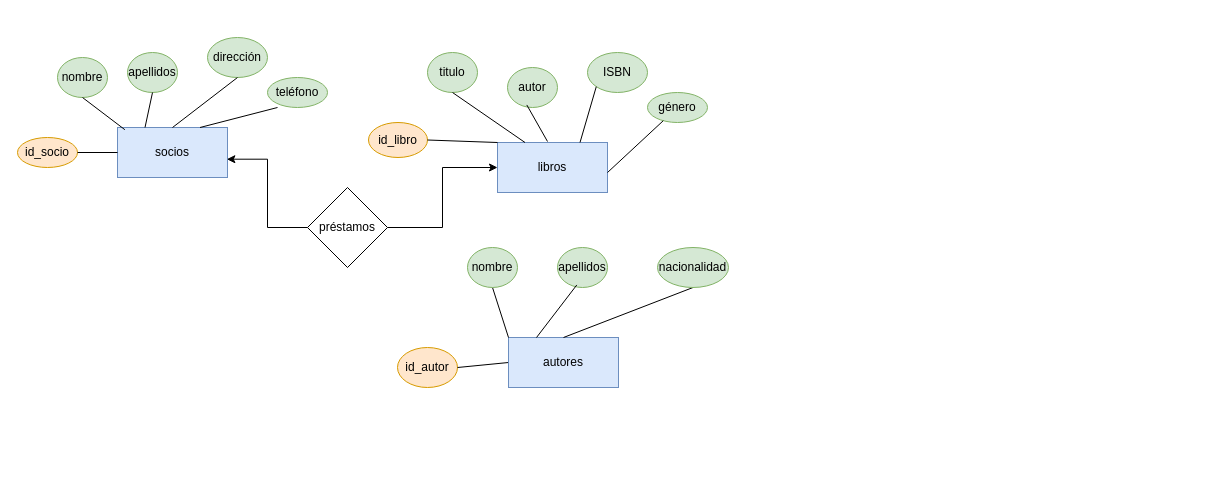
This is Diagrama sin título.drawio from carlospomadev/Base_de_datos, a draw.io file, before an edit. Source tidied: cells renumbered, new cells numbered last; positions are measured from the earlier drawing's top-left corner, leaving out a move shared by most shapes. Both pictures are drawn from the tidied source at 100%, with x=0, y=0 at pixel (17, 37).
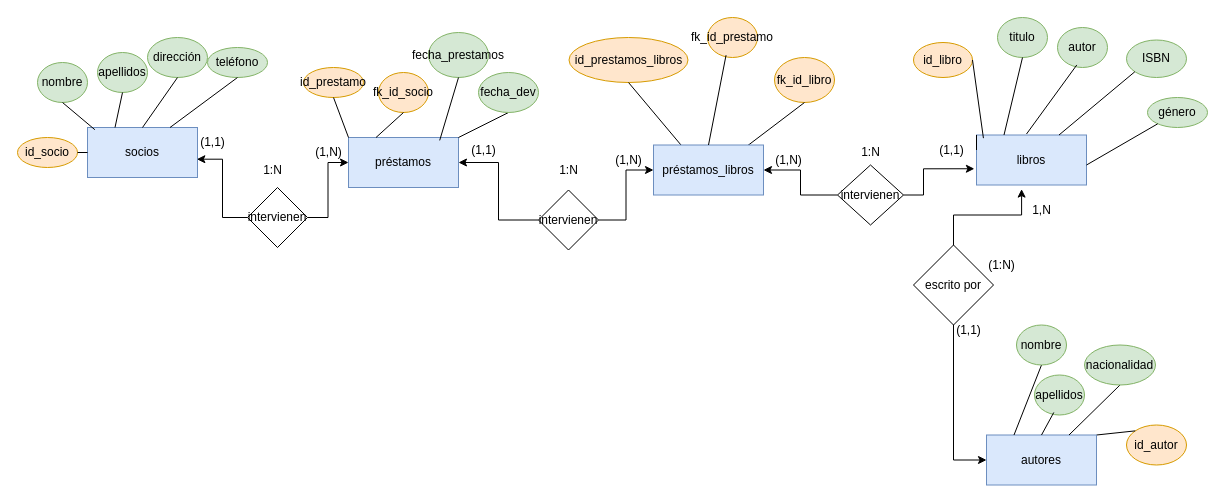
The same diagram, later.

The edit, as a diff of the source:
```diff
@@
     <mxCell id="2" value="socios" style="rounded=0;whiteSpace=wrap;html=1;fillColor=#dae8fc;strokeColor=#6c8ebf;" parent="1" vertex="1">
-      <mxGeometry x="100" y="90" width="110" height="50" as="geometry" />
+      <mxGeometry x="70" y="90" width="110" height="50" as="geometry" />
     </mxCell>
     <mxCell id="3" value="apellidos" style="ellipse;whiteSpace=wrap;html=1;fillColor=#d5e8d4;strokeColor=#82b366;" parent="1" vertex="1">
-      <mxGeometry x="110" y="15" width="50" height="40" as="geometry" />
+      <mxGeometry x="80" y="15" width="50" height="40" as="geometry" />
     </mxCell>
     <mxCell id="4" value="dirección" style="ellipse;whiteSpace=wrap;html=1;fillColor=#d5e8d4;strokeColor=#82b366;" parent="1" vertex="1">
-      <mxGeometry x="190" width="60" height="40" as="geometry" />
+      <mxGeometry x="130" width="60" height="40" as="geometry" />
     </mxCell>
     <mxCell id="5" value="teléfono" style="ellipse;whiteSpace=wrap;html=1;fillColor=#d5e8d4;strokeColor=#82b366;" parent="1" vertex="1">
-      <mxGeometry x="250" y="40" width="60" height="30" as="geometry" />
+      <mxGeometry x="190" y="10" width="60" height="30" as="geometry" />
     </mxCell>
     <mxCell id="6" value="nombre" style="ellipse;whiteSpace=wrap;html=1;fillColor=#d5e8d4;strokeColor=#82b366;" parent="1" vertex="1">
-      <mxGeometry x="40" y="20" width="50" height="40" as="geometry" />
+      <mxGeometry x="20" y="25" width="50" height="40" as="geometry" />
     </mxCell>
@@
-    <mxCell id="9" style="endArrow=none;html=1;rounded=0;exitX=0.75;exitY=0;exitDx=0;exitDy=0;" parent="1" edge="1" source="2">
-      <mxGeometry relative="1" as="geometry">
-        <mxPoint x="260" y="70" as="targetPoint" />
-      </mxGeometry>
+    <mxCell id="9" style="endArrow=none;html=1;rounded=0;exitX=0.75;exitY=0;exitDx=0;exitDy=0;entryX=0.5;entryY=1;entryDx=0;entryDy=0;" parent="1" edge="1" source="2" target="5">
+      <mxGeometry relative="1" as="geometry" />
     </mxCell>
@@
     <mxCell id="13" value="libros" style="rounded=0;whiteSpace=wrap;html=1;fillColor=#dae8fc;strokeColor=#6c8ebf;" parent="1" vertex="1">
-      <mxGeometry x="480" y="105" width="110" height="50" as="geometry" />
+      <mxGeometry x="959" y="97.5" width="110" height="50" as="geometry" />
     </mxCell>
     <mxCell id="14" value="id_libro" style="ellipse;whiteSpace=wrap;html=1;fillColor=#ffe6cc;strokeColor=#d79b00;" parent="1" vertex="1">
-      <mxGeometry x="351" y="85" width="59" height="35" as="geometry" />
+      <mxGeometry x="896" y="5" width="59" height="35" as="geometry" />
     </mxCell>
     <mxCell id="15" value="titulo" style="ellipse;whiteSpace=wrap;html=1;fillColor=#d5e8d4;strokeColor=#82b366;" parent="1" vertex="1">
-      <mxGeometry x="410" y="15" width="50" height="40" as="geometry" />
+      <mxGeometry x="980" y="-20" width="50" height="40" as="geometry" />
     </mxCell>
     <mxCell id="16" value="autor" style="ellipse;whiteSpace=wrap;html=1;fillColor=#d5e8d4;strokeColor=#82b366;" parent="1" vertex="1">
-      <mxGeometry x="490" y="30" width="50" height="40" as="geometry" />
+      <mxGeometry x="1040" y="-10" width="50" height="40" as="geometry" />
     </mxCell>
     <mxCell id="17" value="ISBN" style="ellipse;whiteSpace=wrap;html=1;fillColor=#d5e8d4;strokeColor=#82b366;" parent="1" vertex="1">
-      <mxGeometry x="570" y="15" width="60" height="40" as="geometry" />
+      <mxGeometry x="1109" y="2.5" width="60" height="37.5" as="geometry" />
     </mxCell>
     <mxCell id="18" value="género" style="ellipse;whiteSpace=wrap;html=1;fillColor=#d5e8d4;strokeColor=#82b366;" parent="1" vertex="1">
-      <mxGeometry x="630" y="55" width="60" height="30" as="geometry" />
+      <mxGeometry x="1130" y="60" width="60" height="30" as="geometry" />
     </mxCell>
     <mxCell id="19" style="endArrow=none;html=1;rounded=0;" parent="1" edge="1" target="18">
       <mxGeometry relative="1" as="geometry">
-        <mxPoint x="590" y="135" as="sourcePoint" />
+        <mxPoint x="1069" y="127.5" as="sourcePoint" />
       </mxGeometry>
     </mxCell>
@@
     <mxCell id="21" style="endArrow=none;html=1;rounded=0;entryX=0.386;entryY=0.936;entryDx=0;entryDy=0;entryPerimeter=0;" parent="1" edge="1" target="16">
       <mxGeometry relative="1" as="geometry">
-        <mxPoint x="530" y="104" as="sourcePoint" />
+        <mxPoint x="1009" y="96.5" as="sourcePoint" />
       </mxGeometry>
     </mxCell>
@@
-    <mxCell id="23" style="endArrow=none;html=1;rounded=0;exitX=1;exitY=0.5;exitDx=0;exitDy=0;entryX=0;entryY=0;entryDx=0;entryDy=0;" parent="1" edge="1" source="14" target="13">
+    <mxCell id="23" style="endArrow=none;html=1;rounded=0;exitX=1;exitY=0.5;exitDx=0;exitDy=0;entryX=0;entryY=0;entryDx=0;entryDy=0;" parent="1" edge="1" source="42" target="13">
       <mxGeometry relative="1" as="geometry" />
     </mxCell>
     <mxCell id="24" value="id_autor" style="ellipse;whiteSpace=wrap;html=1;fillColor=#ffe6cc;strokeColor=#d79b00;" parent="1" vertex="1">
-      <mxGeometry x="380" y="310" width="60" height="40" as="geometry" />
+      <mxGeometry x="1109" y="387.5" width="60" height="40" as="geometry" />
     </mxCell>
-    <mxCell id="25" style="endArrow=none;html=1;rounded=0;exitX=1;exitY=0.5;exitDx=0;exitDy=0;" parent="1" edge="1" source="24">
-      <mxGeometry relative="1" as="geometry">
-        <mxPoint x="491" y="325" as="targetPoint" />
-      </mxGeometry>
+    <mxCell id="25" style="endArrow=none;html=1;rounded=0;exitX=0;exitY=0;exitDx=0;exitDy=0;entryX=1;entryY=0;entryDx=0;entryDy=0;" parent="1" edge="1" source="24" target="26">
+      <mxGeometry relative="1" as="geometry" />
     </mxCell>
     <mxCell id="26" value="autores" style="rounded=0;whiteSpace=wrap;html=1;fillColor=#dae8fc;strokeColor=#6c8ebf;" parent="1" vertex="1">
-      <mxGeometry x="491" y="300" width="110" height="50" as="geometry" />
+      <mxGeometry x="969" y="397.5" width="110" height="50" as="geometry" />
     </mxCell>
-    <mxCell id="27" style="endArrow=none;html=1;rounded=0;entryX=0.5;entryY=1;entryDx=0;entryDy=0;exitX=0;exitY=0;exitDx=0;exitDy=0;" parent="1" edge="1" source="26" target="28">
+    <mxCell id="27" style="endArrow=none;html=1;rounded=0;entryX=0.5;entryY=1;entryDx=0;entryDy=0;exitX=0.25;exitY=0;exitDx=0;exitDy=0;" parent="1" edge="1" source="26" target="28">
       <mxGeometry relative="1" as="geometry" />
     </mxCell>
     <mxCell id="28" value="nombre" style="ellipse;whiteSpace=wrap;html=1;fillColor=#d5e8d4;strokeColor=#82b366;" parent="1" vertex="1">
-      <mxGeometry x="450" y="210" width="50" height="40" as="geometry" />
+      <mxGeometry x="999" y="287.5" width="50" height="40" as="geometry" />
     </mxCell>
     <mxCell id="29" value="apellidos" style="ellipse;whiteSpace=wrap;html=1;fillColor=#d5e8d4;strokeColor=#82b366;" parent="1" vertex="1">
-      <mxGeometry x="540" y="210" width="50" height="40" as="geometry" />
+      <mxGeometry x="1017" y="337.5" width="50" height="40" as="geometry" />
     </mxCell>
-    <mxCell id="30" style="endArrow=none;html=1;rounded=0;exitX=0.25;exitY=0;exitDx=0;exitDy=0;entryX=0.386;entryY=0.936;entryDx=0;entryDy=0;entryPerimeter=0;" parent="1" edge="1" target="29">
-      <mxGeometry relative="1" as="geometry">
-        <mxPoint x="519" y="300" as="sourcePoint" />
-      </mxGeometry>
+    <mxCell id="30" style="endArrow=none;html=1;rounded=0;exitX=0.5;exitY=0;exitDx=0;exitDy=0;entryX=0.386;entryY=0.936;entryDx=0;entryDy=0;entryPerimeter=0;" parent="1" edge="1" source="26" target="29">
+      <mxGeometry relative="1" as="geometry" />
     </mxCell>
-    <mxCell id="31" style="endArrow=none;html=1;rounded=0;exitX=0.5;exitY=0;exitDx=0;exitDy=0;entryX=0.5;entryY=1;entryDx=0;entryDy=0;" parent="1" edge="1" target="32">
-      <mxGeometry relative="1" as="geometry">
-        <mxPoint x="546" y="300" as="sourcePoint" />
-      </mxGeometry>
+    <mxCell id="31" style="endArrow=none;html=1;rounded=0;exitX=0.75;exitY=0;exitDx=0;exitDy=0;entryX=0.5;entryY=1;entryDx=0;entryDy=0;" parent="1" edge="1" source="26" target="32">
+      <mxGeometry relative="1" as="geometry" />
     </mxCell>
     <mxCell id="32" value="nacionalidad" style="ellipse;whiteSpace=wrap;html=1;fillColor=#d5e8d4;strokeColor=#82b366;" parent="1" vertex="1">
-      <mxGeometry x="640" y="210" width="71" height="40" as="geometry" />
+      <mxGeometry x="1067" y="307.5" width="71" height="40" as="geometry" />
     </mxCell>
-    <mxCell id="33" style="edgeStyle=orthogonalEdgeStyle;rounded=0;jettySize=auto;html=1;entryX=0;entryY=0.5;entryDx=0;entryDy=0;" parent="1" edge="1" source="34" target="13">
-      <mxGeometry relative="1" as="geometry" />
-    </mxCell>
+    <mxCell id="36" style="edgeStyle=orthogonalEdgeStyle;rounded=0;jettySize=auto;html=1;exitX=1;exitY=0.5;exitDx=0;exitDy=0;entryX=0;entryY=0.5;entryDx=0;entryDy=0;" parent="1" edge="1" source="34" target="46">
+      <mxGeometry relative="1" as="geometry" />
+    </mxCell>
-    <mxCell id="34" value="préstamos" style="rhombus;whiteSpace=wrap;html=1;" parent="1" vertex="1">
-      <mxGeometry x="290" y="150" width="80" height="80" as="geometry" />
+    <mxCell id="34" value="intervienen" style="rhombus;whiteSpace=wrap;html=1;" parent="1" vertex="1">
+      <mxGeometry x="230" y="150" width="60" height="60" as="geometry" />
     </mxCell>
@@
+    <mxCell id="37" value="(1,1)" style="text;html=1;align=center;verticalAlign=middle;strokeColor=none;fillColor=none;" parent="1" vertex="1">
+      <mxGeometry x="170" y="90" width="50" height="30" as="geometry" />
+    </mxCell>
+    <mxCell id="38" style="edgeStyle=orthogonalEdgeStyle;rounded=0;jettySize=auto;html=1;entryX=0;entryY=0.5;entryDx=0;entryDy=0;" parent="1" edge="1" source="39" target="26">
+      <mxGeometry relative="1" as="geometry" />
+    </mxCell>
+    <mxCell id="39" value="escrito por" style="rhombus;whiteSpace=wrap;html=1;" parent="1" vertex="1">
+      <mxGeometry x="896" y="207.5" width="80" height="80" as="geometry" />
+    </mxCell>
+    <mxCell id="40" style="edgeStyle=orthogonalEdgeStyle;rounded=0;jettySize=auto;html=1;entryX=0.41;entryY=1.082;entryDx=0;entryDy=0;entryPerimeter=0;" parent="1" edge="1" source="39" target="13">
+      <mxGeometry relative="1" as="geometry" />
+    </mxCell>
+    <mxCell id="41" style="endArrow=none;html=1;rounded=0;exitX=1;exitY=0.5;exitDx=0;exitDy=0;entryX=0.063;entryY=0.063;entryDx=0;entryDy=0;entryPerimeter=0;" parent="1" edge="1" source="14" target="13">
+      <mxGeometry relative="1" as="geometry" />
+    </mxCell>
+    <mxCell id="42" value="(1,1)" style="text;html=1;align=center;verticalAlign=middle;points=[];strokeColor=none;fillColor=none;" parent="1" vertex="1">
+      <mxGeometry x="909" y="97.5" width="50" height="30" as="geometry" />
+    </mxCell>
+    <mxCell id="43" value="1,N" style="text;html=1;align=center;verticalAlign=middle;strokeColor=none;fillColor=none;" parent="1" vertex="1">
+      <mxGeometry x="1004" y="157.5" width="40" height="30" as="geometry" />
+    </mxCell>
+    <mxCell id="44" value="(1,1)" style="text;html=1;align=center;verticalAlign=middle;strokeColor=none;fillColor=none;" parent="1" vertex="1">
+      <mxGeometry x="926" y="277.5" width="50" height="30" as="geometry" />
+    </mxCell>
+    <mxCell id="45" value="(1:N)" style="text;html=1;align=center;verticalAlign=middle;strokeColor=none;fillColor=none;" parent="1" vertex="1">
+      <mxGeometry x="959" y="212.5" width="50" height="30" as="geometry" />
+    </mxCell>
+    <mxCell id="46" value="préstamos" style="rounded=0;whiteSpace=wrap;html=1;fillColor=#dae8fc;strokeColor=#6c8ebf;" parent="1" vertex="1">
+      <mxGeometry x="331" y="100" width="110" height="50" as="geometry" />
+    </mxCell>
+    <mxCell id="47" value="fecha_prestamos" style="ellipse;whiteSpace=wrap;html=1;fillColor=#d5e8d4;strokeColor=#82b366;" parent="1" vertex="1">
+      <mxGeometry x="411" y="-5" width="60" height="45" as="geometry" />
+    </mxCell>
+    <mxCell id="48" value="fk_id_socio" style="ellipse;whiteSpace=wrap;html=1;fillColor=#ffe6cc;strokeColor=#d79b00;" parent="1" vertex="1">
+      <mxGeometry x="361" y="35" width="50" height="40" as="geometry" />
+    </mxCell>
+    <mxCell id="49" value="id_prestamo" style="ellipse;whiteSpace=wrap;html=1;fillColor=#ffe6cc;strokeColor=#d79b00;" parent="1" vertex="1">
+      <mxGeometry x="286" y="30" width="60" height="30" as="geometry" />
+    </mxCell>
+    <mxCell id="50" style="endArrow=none;html=1;rounded=0;exitX=0.5;exitY=1;exitDx=0;exitDy=0;entryX=0;entryY=0;entryDx=0;entryDy=0;" parent="1" edge="1" source="49" target="46">
+      <mxGeometry relative="1" as="geometry" />
+    </mxCell>
+    <mxCell id="51" style="endArrow=none;html=1;rounded=0;exitX=0.829;exitY=0.058;exitDx=0;exitDy=0;exitPerimeter=0;entryX=0.5;entryY=1;entryDx=0;entryDy=0;" parent="1" edge="1" source="46" target="47">
+      <mxGeometry relative="1" as="geometry" />
+    </mxCell>
+    <mxCell id="52" style="endArrow=none;html=1;rounded=0;entryX=0.5;entryY=1;entryDx=0;entryDy=0;exitX=0.25;exitY=0;exitDx=0;exitDy=0;" parent="1" edge="1" source="46" target="48">
+      <mxGeometry relative="1" as="geometry" />
+    </mxCell>
+    <mxCell id="53" value="(1,1)" style="text;html=1;align=center;verticalAlign=middle;strokeColor=none;fillColor=none;" parent="1" vertex="1">
+      <mxGeometry x="441" y="97.5" width="50" height="30" as="geometry" />
+    </mxCell>
+    <mxCell id="54" style="endArrow=none;html=1;rounded=0;exitX=1;exitY=0;exitDx=0;exitDy=0;entryX=0.5;entryY=1;entryDx=0;entryDy=0;" parent="1" edge="1" source="46" target="55">
+      <mxGeometry relative="1" as="geometry" />
+    </mxCell>
+    <mxCell id="55" value="fecha_dev" style="ellipse;whiteSpace=wrap;html=1;fillColor=#d5e8d4;strokeColor=#82b366;" parent="1" vertex="1">
+      <mxGeometry x="461" y="35" width="60" height="40" as="geometry" />
+    </mxCell>
+    <mxCell id="56" value="(1,N)" style="text;html=1;align=center;verticalAlign=middle;strokeColor=none;fillColor=none;" parent="1" vertex="1">
+      <mxGeometry x="286" y="100" width="50" height="30" as="geometry" />
+    </mxCell>
+    <mxCell id="57" value="fk_id_libro" style="ellipse;whiteSpace=wrap;html=1;fillColor=#ffe6cc;strokeColor=#d79b00;" parent="1" vertex="1">
+      <mxGeometry x="757" y="20" width="60" height="45" as="geometry" />
+    </mxCell>
+    <mxCell id="58" value="id_prestamos_libros" style="ellipse;whiteSpace=wrap;html=1;fillColor=#ffe6cc;strokeColor=#d79b00;" parent="1" vertex="1">
+      <mxGeometry x="551.5" width="119" height="45" as="geometry" />
+    </mxCell>
+    <mxCell id="59" style="endArrow=none;html=1;rounded=0;exitX=0.5;exitY=1;exitDx=0;exitDy=0;entryX=0.25;entryY=0;entryDx=0;entryDy=0;" parent="1" edge="1" source="58" target="63">
+      <mxGeometry relative="1" as="geometry" />
+    </mxCell>
+    <mxCell id="60" style="endArrow=none;html=1;rounded=0;exitX=0.829;exitY=0.058;exitDx=0;exitDy=0;exitPerimeter=0;entryX=0.5;entryY=1;entryDx=0;entryDy=0;" parent="1" edge="1" source="63" target="57">
+      <mxGeometry relative="1" as="geometry" />
+    </mxCell>
+    <mxCell id="61" value="(1,N)" style="text;html=1;align=center;verticalAlign=middle;strokeColor=none;fillColor=none;" parent="1" vertex="1">
+      <mxGeometry x="746" y="107.5" width="50" height="30" as="geometry" />
+    </mxCell>
+    <mxCell id="62" value="(1,N)" style="text;html=1;align=center;verticalAlign=middle;strokeColor=none;fillColor=none;" parent="1" vertex="1">
+      <mxGeometry x="586" y="107.5" width="50" height="30" as="geometry" />
+    </mxCell>
+    <mxCell id="63" value="préstamos_libros" style="rounded=0;whiteSpace=wrap;html=1;fillColor=#dae8fc;strokeColor=#6c8ebf;" parent="1" vertex="1">
+      <mxGeometry x="636" y="107.5" width="110" height="50" as="geometry" />
+    </mxCell>
+    <mxCell id="64" style="edgeStyle=orthogonalEdgeStyle;rounded=0;jettySize=auto;html=1;entryX=1;entryY=0.5;entryDx=0;entryDy=0;" parent="1" edge="1" source="66" target="46">
+      <mxGeometry relative="1" as="geometry" />
+    </mxCell>
+    <mxCell id="65" style="edgeStyle=orthogonalEdgeStyle;rounded=0;jettySize=auto;html=1;entryX=0;entryY=0.5;entryDx=0;entryDy=0;" parent="1" edge="1" source="66" target="63">
+      <mxGeometry relative="1" as="geometry" />
+    </mxCell>
+    <mxCell id="66" value="intervienen" style="rhombus;whiteSpace=wrap;html=1;" parent="1" vertex="1">
+      <mxGeometry x="521" y="152.5" width="60" height="60" as="geometry" />
+    </mxCell>
+    <mxCell id="67" style="edgeStyle=orthogonalEdgeStyle;rounded=0;jettySize=auto;html=1;entryX=1;entryY=0.5;entryDx=0;entryDy=0;" parent="1" edge="1" source="68" target="63">
+      <mxGeometry relative="1" as="geometry" />
+    </mxCell>
+    <mxCell id="68" value="intervienen" style="rhombus;whiteSpace=wrap;html=1;" parent="1" vertex="1">
+      <mxGeometry x="820" y="127.5" width="66" height="60" as="geometry" />
+    </mxCell>
+    <mxCell id="69" style="edgeStyle=orthogonalEdgeStyle;rounded=0;jettySize=auto;html=1;entryX=0.958;entryY=1.125;entryDx=0;entryDy=0;entryPerimeter=0;" parent="1" edge="1" source="68" target="42">
+      <mxGeometry relative="1" as="geometry" />
+    </mxCell>
+    <mxCell id="70" value="1:N" style="text;html=1;align=center;verticalAlign=middle;strokeColor=none;fillColor=none;" parent="1" vertex="1">
+      <mxGeometry x="235" y="117.5" width="40" height="30" as="geometry" />
+    </mxCell>
+    <mxCell id="71" value="1:N" style="text;html=1;align=center;verticalAlign=middle;strokeColor=none;fillColor=none;" parent="1" vertex="1">
+      <mxGeometry x="531" y="117.5" width="40" height="30" as="geometry" />
+    </mxCell>
+    <mxCell id="72" value="1:N" style="text;html=1;align=center;verticalAlign=middle;strokeColor=none;fillColor=none;" parent="1" vertex="1">
+      <mxGeometry x="833" y="100" width="40" height="30" as="geometry" />
+    </mxCell>
+    <mxCell id="73" value="fk_id_prestamo" style="ellipse;whiteSpace=wrap;html=1;fillColor=#ffe6cc;strokeColor=#d79b00;" parent="1" vertex="1">
+      <mxGeometry x="690" y="-20" width="50" height="40" as="geometry" />
+    </mxCell>
+    <mxCell id="74" style="endArrow=none;html=1;rounded=0;entryX=0.371;entryY=0.942;entryDx=0;entryDy=0;entryPerimeter=0;exitX=0.5;exitY=0;exitDx=0;exitDy=0;" parent="1" edge="1" source="63" target="73">
+      <mxGeometry relative="1" as="geometry" />
+    </mxCell>
```
